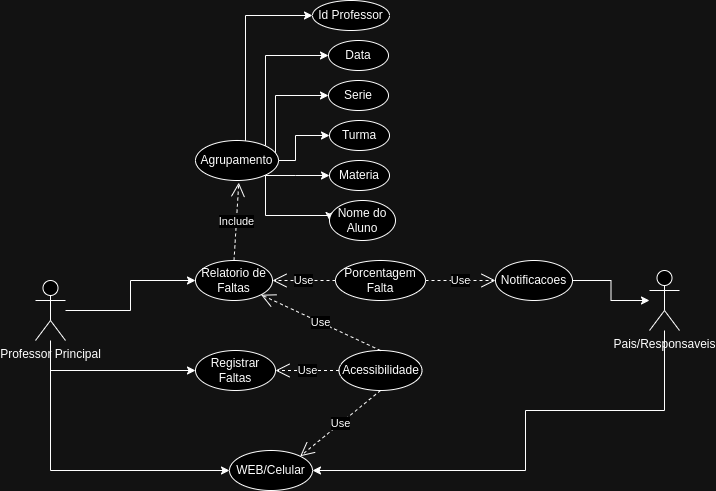
Above: assets/Caso_e_uso.png in matteovar/UML-Classroom-FCI (draw.io), before the change. Source tidied: cells renumbered, new cells last; positions are measured from the earlier drawing's top-left corner, leaving out a move shared by most shapes.
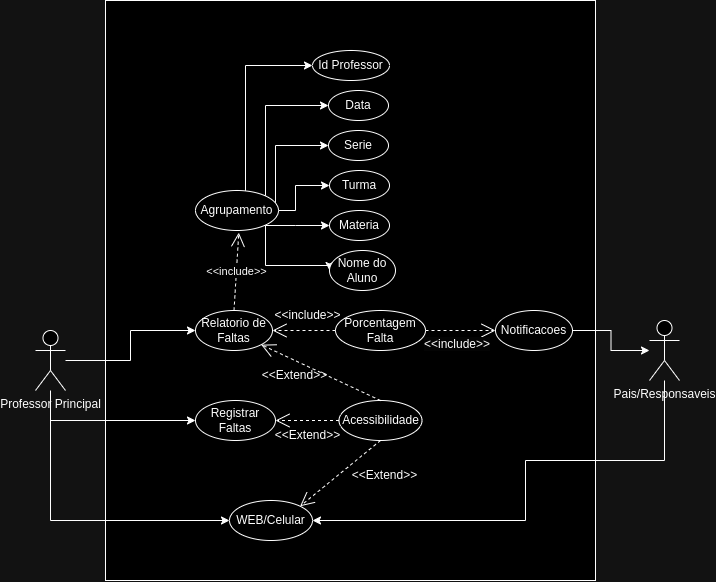
After the commit.

Change to the diagram source:
```diff
@@ -2,6 +2,9 @@
   <root>
     <mxCell id="0" />
     <mxCell id="1" parent="0" />
+    <mxCell id="34" style="rounded=0;whiteSpace=wrap;html=1;" parent="1" vertex="1">
+      <mxGeometry x="70" y="-50" width="490" height="580" as="geometry" />
+    </mxCell>
     <mxCell id="2" style="edgeStyle=orthogonalEdgeStyle;rounded=0;jettySize=auto;html=1;entryX=0;entryY=0.5;entryDx=0;entryDy=0;" parent="1" edge="1" source="5" target="9">
       <mxGeometry relative="1" as="geometry" />
     </mxCell>
@@ -50,7 +53,7 @@
     <mxCell id="12" value="Acessibilidade" style="ellipse;whiteSpace=wrap;html=1;" parent="1" vertex="1">
       <mxGeometry x="303.5" y="350" width="83" height="40" as="geometry" />
     </mxCell>
-    <mxCell id="13" value="Include" style="endArrow=open;endSize=12;dashed=1;html=1;rounded=0;exitX=0.5;exitY=0;exitDx=0;exitDy=0;entryX=0.433;entryY=1.053;entryDx=0;entryDy=0;entryPerimeter=0;" parent="1" edge="1" source="9">
+    <mxCell id="13" value="&amp;lt;&amp;lt;include&amp;gt;&amp;gt;" style="endArrow=open;endSize=12;dashed=1;html=1;rounded=0;exitX=0.5;exitY=0;exitDx=0;exitDy=0;entryX=0.433;entryY=1.053;entryDx=0;entryDy=0;entryPerimeter=0;" parent="1" edge="1" source="9">
       <mxGeometry relative="1" as="geometry">
         <mxPoint x="203.3" y="182.1" as="targetPoint" />
       </mxGeometry>
@@ -123,23 +126,38 @@
     <mxCell id="27" value="Porcentagem Falta" style="ellipse;whiteSpace=wrap;html=1;" parent="1" vertex="1">
       <mxGeometry x="300" y="260" width="90" height="40" as="geometry" />
     </mxCell>
-    <mxCell id="28" value="Use" style="endArrow=open;endSize=12;dashed=1;html=1;rounded=0;entryX=1;entryY=0.5;entryDx=0;entryDy=0;exitX=0;exitY=0.5;exitDx=0;exitDy=0;" parent="1" edge="1" source="27" target="9">
+    <mxCell id="28" style="endArrow=open;endSize=12;dashed=1;html=1;rounded=0;entryX=1;entryY=0.5;entryDx=0;entryDy=0;exitX=0;exitY=0.5;exitDx=0;exitDy=0;" parent="1" edge="1" source="27" target="9">
       <mxGeometry relative="1" as="geometry" />
     </mxCell>
-    <mxCell id="29" value="Use" style="endArrow=open;endSize=12;dashed=1;html=1;rounded=0;exitX=0;exitY=0.5;exitDx=0;exitDy=0;entryX=1;entryY=0.5;entryDx=0;entryDy=0;" parent="1" edge="1" source="12" target="8">
+    <mxCell id="29" style="endArrow=open;endSize=12;dashed=1;html=1;rounded=0;exitX=0;exitY=0.5;exitDx=0;exitDy=0;entryX=1;entryY=0.5;entryDx=0;entryDy=0;" parent="1" edge="1" source="12" target="8">
       <mxGeometry relative="1" as="geometry" />
     </mxCell>
-    <mxCell id="30" value="Use" style="endArrow=open;endSize=12;dashed=1;html=1;rounded=0;exitX=0.5;exitY=0;exitDx=0;exitDy=0;entryX=1;entryY=1;entryDx=0;entryDy=0;" parent="1" edge="1" source="12" target="9">
+    <mxCell id="30" style="endArrow=open;endSize=12;dashed=1;html=1;rounded=0;exitX=0.5;exitY=0;exitDx=0;exitDy=0;entryX=1;entryY=1;entryDx=0;entryDy=0;" parent="1" edge="1" source="12" target="9">
       <mxGeometry relative="1" as="geometry" />
     </mxCell>
     <mxCell id="31" value="WEB/Celular" style="ellipse;whiteSpace=wrap;html=1;" parent="1" vertex="1">
       <mxGeometry x="194" y="450" width="83" height="40" as="geometry" />
     </mxCell>
-    <mxCell id="32" value="Use" style="endArrow=open;endSize=12;dashed=1;html=1;rounded=0;entryX=0;entryY=0.5;entryDx=0;entryDy=0;exitX=1;exitY=0.5;exitDx=0;exitDy=0;" parent="1" edge="1" source="27" target="11">
+    <mxCell id="32" style="endArrow=open;endSize=12;dashed=1;html=1;rounded=0;entryX=0;entryY=0.5;entryDx=0;entryDy=0;exitX=1;exitY=0.5;exitDx=0;exitDy=0;" parent="1" edge="1" source="27" target="11">
       <mxGeometry relative="1" as="geometry" />
     </mxCell>
-    <mxCell id="33" value="Use" style="endArrow=open;endSize=12;dashed=1;html=1;rounded=0;exitX=0.5;exitY=1;exitDx=0;exitDy=0;entryX=1;entryY=0;entryDx=0;entryDy=0;" parent="1" edge="1" source="12" target="31">
+    <mxCell id="33" style="endArrow=open;endSize=12;dashed=1;html=1;rounded=0;exitX=0.5;exitY=1;exitDx=0;exitDy=0;entryX=1;entryY=0;entryDx=0;entryDy=0;" parent="1" edge="1" source="12" target="31">
       <mxGeometry relative="1" as="geometry" />
     </mxCell>
+    <mxCell id="35" value="&amp;lt;&amp;lt;include&amp;gt;&amp;gt;" style="text;html=1;align=center;verticalAlign=middle;strokeColor=none;fillColor=none;" parent="1" vertex="1">
+      <mxGeometry x="227" y="250" width="90" height="30" as="geometry" />
+    </mxCell>
+    <mxCell id="36" value="&amp;lt;&amp;lt;Extend&amp;gt;&amp;gt;" style="text;html=1;align=center;verticalAlign=middle;strokeColor=none;fillColor=none;" parent="1" vertex="1">
+      <mxGeometry x="214" y="310" width="90" height="30" as="geometry" />
+    </mxCell>
+    <mxCell id="37" value="&amp;lt;&amp;lt;Extend&amp;gt;&amp;gt;" style="text;html=1;align=center;verticalAlign=middle;strokeColor=none;fillColor=none;" parent="1" vertex="1">
+      <mxGeometry x="227" y="370" width="90" height="30" as="geometry" />
+    </mxCell>
+    <mxCell id="38" value="&amp;lt;&amp;lt;Extend&amp;gt;&amp;gt;" style="text;html=1;align=center;verticalAlign=middle;strokeColor=none;fillColor=none;" parent="1" vertex="1">
+      <mxGeometry x="303.5" y="410" width="90" height="30" as="geometry" />
+    </mxCell>
+    <mxCell id="39" value="&lt;span style=&quot;color: rgb(0, 0, 0); font-family: Helvetica; font-size: 12px; font-style: normal; font-variant-ligatures: normal; font-variant-caps: normal; font-weight: 400; letter-spacing: normal; orphans: 2; text-align: center; text-indent: 0px; text-transform: none; widows: 2; word-spacing: 0px; -webkit-text-stroke-width: 0px; background-color: rgb(251, 251, 251); text-decoration-thickness: initial; text-decoration-style: initial; text-decoration-color: initial; float: none; display: inline !important;&quot;&gt;&amp;lt;&amp;lt;include&amp;gt;&amp;gt;&lt;/span&gt;" style="text;whiteSpace=wrap;html=1;" parent="1" vertex="1">
+      <mxGeometry x="386.5" y="280" width="100" height="40" as="geometry" />
+    </mxCell>
   </root>
 </mxGraphModel>
```
